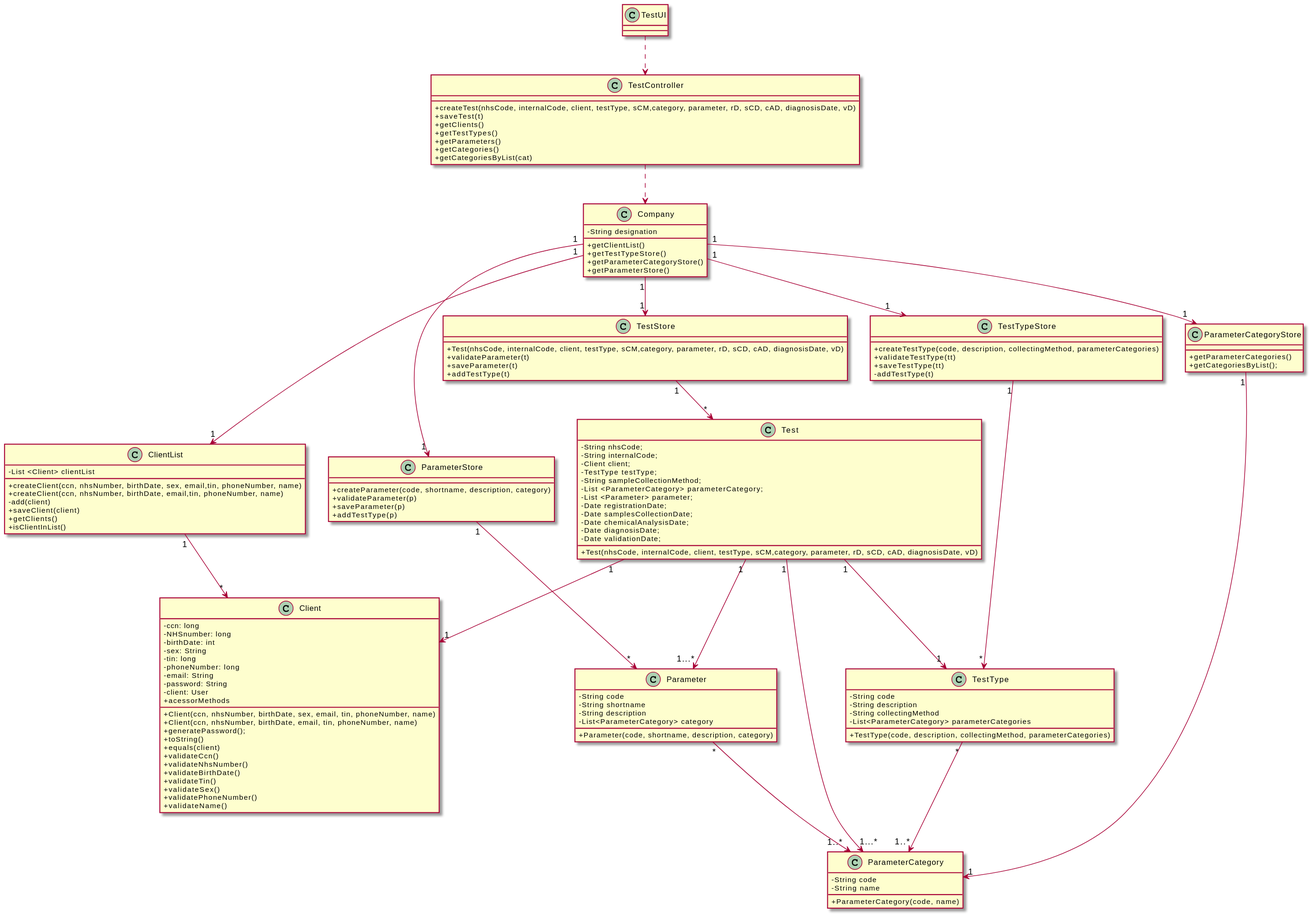
RuiRioPina/LAPR2-20-21 keeps this PlantUML diagram as docs/SprintC/US_4/US4_CD.svg. Above is the earlier version. Its diagram source:
```plantuml
@startuml
skinparam classAttributeIconSize 0

class Company
{
  -String designation
  +getClientList()
  +getTestTypeStore()
  +getParameterCategoryStore()
  +getParameterStore()
}

class Client {
-ccn: long
-NHSnumber: long
-birthDate: int
-sex: String
-tin: long
-phoneNumber: long
-email: String
-password: String
-client: User
+acessorMethods

+Client(ccn, nhsNumber, birthDate, sex, email, tin, phoneNumber, name)
+Client(ccn, nhsNumber, birthDate, email, tin, phoneNumber, name)
+generatePassword();
+toString()
+equals(client)
+validateCcn()
+validateNhsNumber()
+validateBirthDate()
+validateTin()
+validateSex()
+validatePhoneNumber()
+validateName()
}

class ClientList {
  -List <Client> clientList
  +createClient(ccn, nhsNumber, birthDate, sex, email,tin, phoneNumber, name)
  +createClient(ccn, nhsNumber, birthDate, email,tin, phoneNumber, name)
  -add(client)
  +saveClient(client)
  +getClients()
  +isClientInList()
}

class TestTypeStore {
+createTestType(code, description, collectingMethod, parameterCategories)
+validateTestType(tt)
+saveTestType(tt)
-addTestType(t)
}

class TestType{
-String code
-String description
-String collectingMethod
-List<ParameterCategory> parameterCategories
+TestType(code, description, collectingMethod, parameterCategories)
}


class ParameterStore {
  +createParameter(code, shortname, description, category)
  +validateParameter(p)
  +saveParameter(p)
  +addTestType(p)
}
class Parameter {
  -String code
  -String shortname
  -String description
  -List<ParameterCategory> category
  +Parameter(code, shortname, description, category)
}

class ParameterCategoryStore {
  +getParameterCategories()
  +getCategoriesByList();
}

class ParameterCategory {
  -String code
  -String name
  +ParameterCategory(code, name)
}

class TestUI {
}

class TestController {
  +createTest(nhsCode, internalCode, client, testType, sCM,category, parameter, rD, sCD, cAD, diagnosisDate, vD)
  +saveTest(t)
  +getClients()
  +getTestTypes()
  +getParameters()
  +getCategories()
  +getCategoriesByList(cat)

}

class Test {
  -String nhsCode;
   -String internalCode;
   -Client client;
    -TestType testType;
   -String sampleCollectionMethod;
     -List <ParameterCategory>  parameterCategory;
   -List <Parameter> parameter;
    -Date registrationDate;
     -Date samplesCollectionDate;
     -Date chemicalAnalysisDate;
     -Date diagnosisDate;
    -Date validationDate;
  +Test(nhsCode, internalCode, client, testType, sCM,category, parameter, rD, sCD, cAD, diagnosisDate, vD)
}

class TestStore {
  +Test(nhsCode, internalCode, client, testType, sCM,category, parameter, rD, sCD, cAD, diagnosisDate, vD)
+validateParameter(t)
  +saveParameter(t)
  +addTestType(t)
}

TestUI ..> TestController
TestController ..> Company
Company "1" --> "1" ParameterStore
Company "1" --> "1" ParameterCategoryStore
Company "1" --> "1" TestTypeStore
Company "1" --> "1" ClientList
ClientList "1" --> "*" Client
Company "1" --> "1" TestStore
TestStore"1" --> "*" Test
TestTypeStore "1" --> "*" TestType
TestType "*" --> "1..*" ParameterCategory
ParameterStore "1" --> "*" Parameter
ParameterCategoryStore "1" --> "1" ParameterCategory
Parameter "*" --> "1..*" ParameterCategory
Test "1" --> "1" TestType
Test "1" --> "1" Client
Test "1" --> "1...*" Parameter
Test "1" --> "1...*" ParameterCategory
@enduml
```
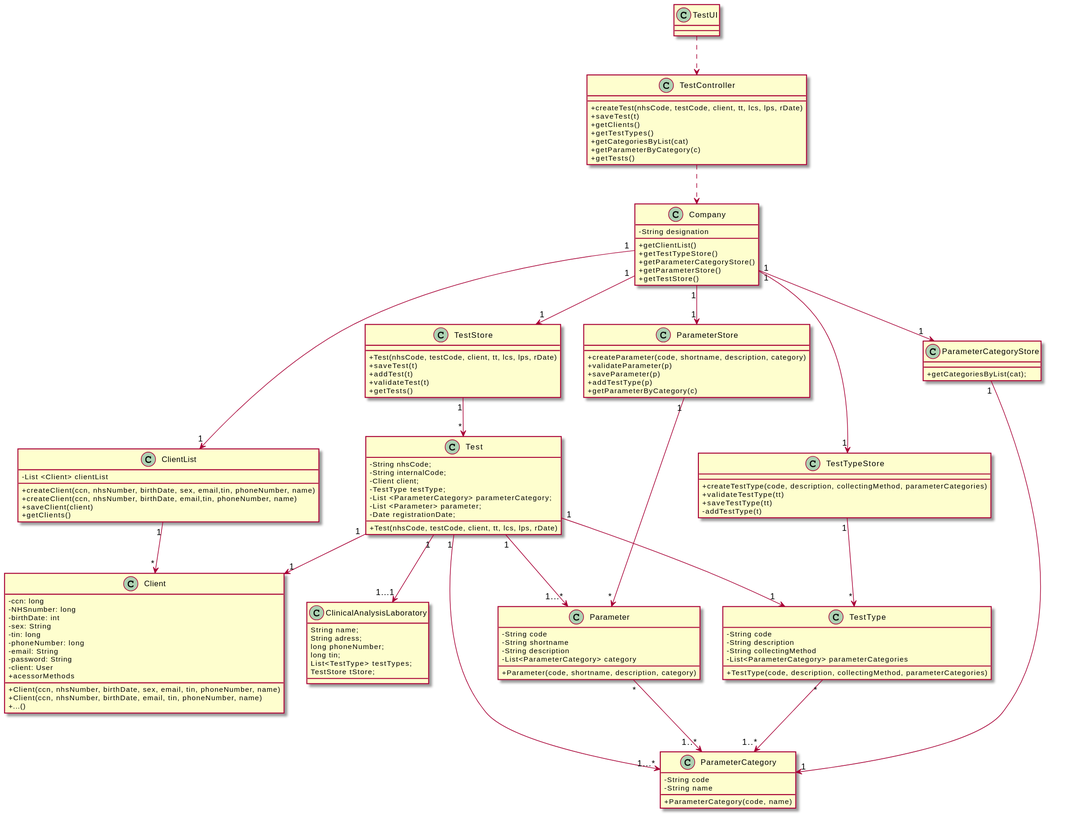
After the commit.

What changed in the source:
```diff
@@ -1,6 +1,15 @@
 @startuml
 skinparam classAttributeIconSize 0
 
+class ClinicalAnalysisLaboratory{
+String name;
+String adress;
+long phoneNumber;
+long tin;
+List<TestType> testTypes;
+TestStore tStore;
+
+}
 class Company
 {
   -String designation
@@ -8,6 +17,7 @@
   +getTestTypeStore()
   +getParameterCategoryStore()
   +getParameterStore()
+  +getTestStore()
 }
 
 class Client {
@@ -24,26 +34,15 @@
 
 +Client(ccn, nhsNumber, birthDate, sex, email, tin, phoneNumber, name)
 +Client(ccn, nhsNumber, birthDate, email, tin, phoneNumber, name)
-+generatePassword();
-+toString()
-+equals(client)
-+validateCcn()
-+validateNhsNumber()
-+validateBirthDate()
-+validateTin()
-+validateSex()
-+validatePhoneNumber()
-+validateName()
++...()
 }
 
 class ClientList {
   -List <Client> clientList
   +createClient(ccn, nhsNumber, birthDate, sex, email,tin, phoneNumber, name)
   +createClient(ccn, nhsNumber, birthDate, email,tin, phoneNumber, name)
-  -add(client)
   +saveClient(client)
   +getClients()
-  +isClientInList()
 }
 
 class TestTypeStore {
@@ -67,6 +66,7 @@
   +validateParameter(p)
   +saveParameter(p)
   +addTestType(p)
+  +getParameterByCategory(c)
 }
 class Parameter {
   -String code
@@ -77,8 +77,7 @@
 }
 
 class ParameterCategoryStore {
-  +getParameterCategories()
-  +getCategoriesByList();
+  +getCategoriesByList(cat);
 }
 
 class ParameterCategory {
@@ -91,37 +90,33 @@
 }
 
 class TestController {
-  +createTest(nhsCode, internalCode, client, testType, sCM,category, parameter, rD, sCD, cAD, diagnosisDate, vD)
+  +createTest(nhsCode, testCode, client, tt, lcs, lps, rDate)
   +saveTest(t)
   +getClients()
   +getTestTypes()
-  +getParameters()
-  +getCategories()
   +getCategoriesByList(cat)
+  +getParameterByCategory(c)
+  +getTests()
 
 }
 
 class Test {
-  -String nhsCode;
+   -String nhsCode;
    -String internalCode;
    -Client client;
-    -TestType testType;
-   -String sampleCollectionMethod;
-     -List <ParameterCategory>  parameterCategory;
+   -TestType testType;
+   -List <ParameterCategory>  parameterCategory;
    -List <Parameter> parameter;
-    -Date registrationDate;
-     -Date samplesCollectionDate;
-     -Date chemicalAnalysisDate;
-     -Date diagnosisDate;
-    -Date validationDate;
-  +Test(nhsCode, internalCode, client, testType, sCM,category, parameter, rD, sCD, cAD, diagnosisDate, vD)
+   -Date registrationDate;
+  +Test(nhsCode, testCode, client, tt, lcs, lps, rDate)
 }
 
 class TestStore {
-  +Test(nhsCode, internalCode, client, testType, sCM,category, parameter, rD, sCD, cAD, diagnosisDate, vD)
-+validateParameter(t)
-  +saveParameter(t)
-  +addTestType(t)
+  +Test(nhsCode, testCode, client, tt, lcs, lps, rDate)
+  +saveTest(t)
+  +addTest(t)
+  +validateTest(t)
+  +getTests()
 }
 
 TestUI ..> TestController
@@ -142,4 +137,5 @@
 Test "1" --> "1" Client
 Test "1" --> "1...*" Parameter
 Test "1" --> "1...*" ParameterCategory
+Test "1" --> "1...1" ClinicalAnalysisLaboratory
 @enduml
```
